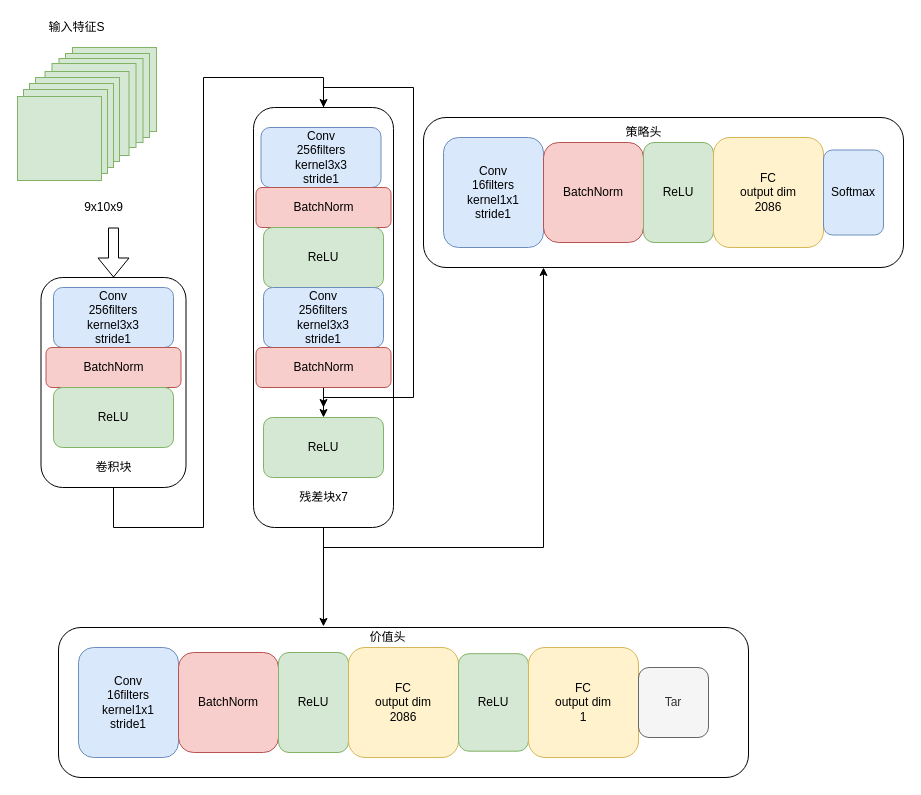
Above: structure.drawio in byx020119/alphazero-aichess (draw.io), before the change. Source tidied: cells renumbered, new cells numbered last; positions are measured from the earlier drawing's top-left corner, leaving out a move shared by most shapes. Both pictures are drawn from the tidied source at 100%, with x=0, y=0 at pixel (17, 17).
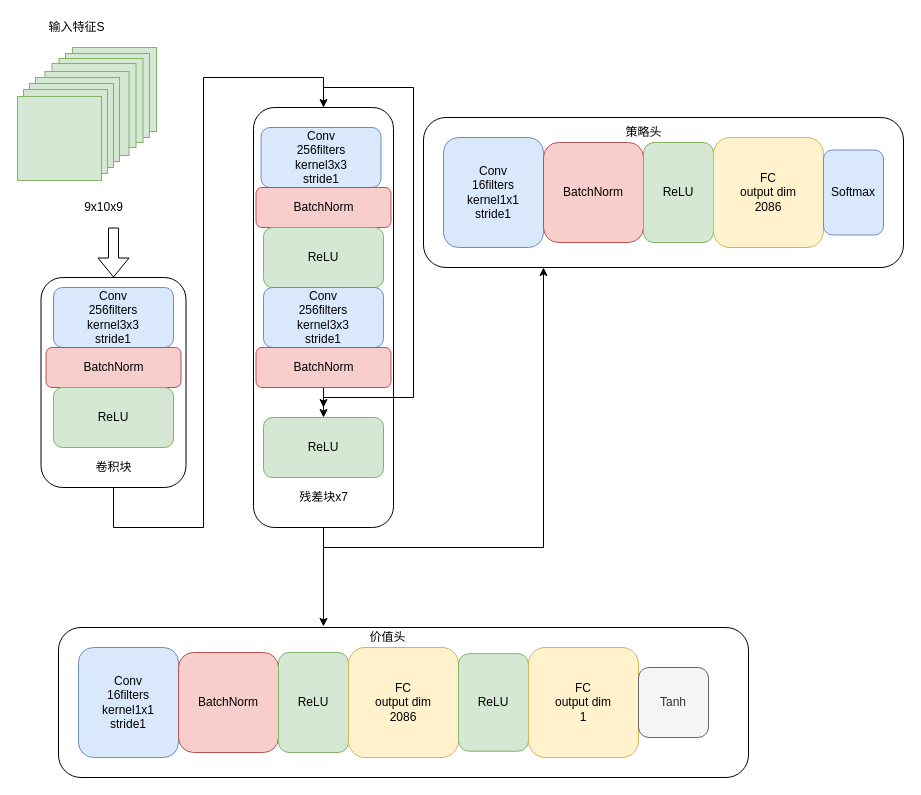
Above is the later version.

What changed in the source:
```diff
@@
-    <mxCell id="34" value="Tar" style="rounded=1;whiteSpace=wrap;html=1;labelBackgroundColor=none;fillColor=#f5f5f5;fontColor=#333333;strokeColor=#666666;" parent="1" vertex="1">
+    <mxCell id="34" value="Tanh" style="rounded=1;whiteSpace=wrap;html=1;labelBackgroundColor=none;fillColor=#f5f5f5;fontColor=#333333;strokeColor=#666666;" parent="1" vertex="1">
       <mxGeometry x="621" y="650" width="70" height="70" as="geometry" />
     </mxCell>
```
